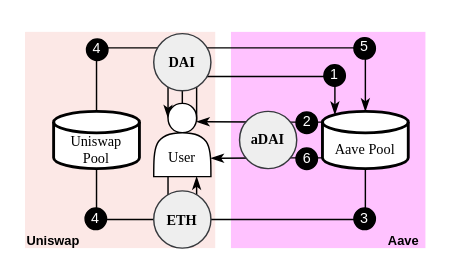
The draw.io diagram diagrams/leverage.drawio in lyc0603/tvl-measurement, before the edit. Source tidied: cells renumbered, new cells numbered last; positions are measured from the earlier drawing's top-left corner, leaving out a move shared by most shapes. Both pictures are drawn from the tidied source at 143%, with x=0, y=0 at pixel (24, 31).
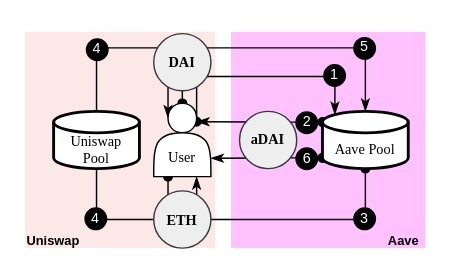
Above is the later version.

Unchanged cells that the change refers to:
```xml
<mxCell id="8" value="&lt;font style=&quot;font-size: 10px;&quot;&gt;&lt;br&gt;&lt;font style=&quot;font-size: 10px;&quot;&gt;&lt;br&gt;User&lt;/font&gt;&lt;/font&gt;" style="shape=actor;whiteSpace=wrap;html=1;fontSize=10;fontFamily=Times New Roman;verticalAlign=middle;" parent="1" vertex="1">
  <mxGeometry x="90" y="49.8" width="40" height="51.2" as="geometry" />
</mxCell>
<mxCell id="11" value="Aave Pool" style="shape=cylinder3;whiteSpace=wrap;html=1;boundedLbl=1;backgroundOutline=1;size=7.5;strokeWidth=2;fontFamily=Times New Roman;fontSize=10;fontStyle=0;" parent="1" vertex="1">
  <mxGeometry x="208" y="55.4" width="60" height="40" as="geometry" />
</mxCell>
```

What changed in the source:
```diff
@@
-    <mxCell id="4" style="edgeStyle=orthogonalEdgeStyle;rounded=1;jettySize=auto;html=1;exitX=0.5;exitY=0;exitDx=0;exitDy=0;entryX=0.5;entryY=0;entryDx=0;entryDy=0;entryPerimeter=0;endArrow=classicThin;endFill=1;arcSize=5;fillColor=#d80073;strokeColor=#000000;" parent="1" edge="1" source="8" target="11">
+    <mxCell id="4" style="edgeStyle=orthogonalEdgeStyle;rounded=1;jettySize=auto;html=1;exitX=0.5;exitY=0;exitDx=0;exitDy=0;entryX=0.5;entryY=0;entryDx=0;entryDy=0;entryPerimeter=0;endArrow=classicThin;endFill=1;arcSize=5;fillColor=#d80073;strokeColor=#000000;startArrow=oval;startFill=1;" parent="1" edge="1" source="8" target="11">
       <mxGeometry relative="1" as="geometry">
         <Array as="points">
           <mxPoint x="110" y="11" />
           <mxPoint x="238" y="11" />
         </Array>
       </mxGeometry>
     </mxCell>
-    <mxCell id="5" style="edgeStyle=orthogonalEdgeStyle;rounded=1;orthogonalLoop=1;jettySize=auto;html=1;exitX=0.25;exitY=1;exitDx=0;exitDy=0;entryX=0.25;entryY=0.2;entryDx=0;entryDy=0;entryPerimeter=0;endArrow=classicThin;endFill=1;arcSize=5;strokeColor=#000000;" parent="1" edge="1" source="8" target="8">
+    <mxCell id="5" style="edgeStyle=orthogonalEdgeStyle;rounded=1;orthogonalLoop=1;jettySize=auto;html=1;exitX=0.25;exitY=1;exitDx=0;exitDy=0;entryX=0.25;entryY=0.2;entryDx=0;entryDy=0;entryPerimeter=0;endArrow=classicThin;endFill=1;arcSize=5;strokeColor=#000000;startArrow=oval;startFill=1;" parent="1" edge="1" source="8" target="8">
       <mxGeometry relative="1" as="geometry">
         <Array as="points">
           <mxPoint x="100" y="131" />
           <mxPoint x="50" y="131" />
           <mxPoint x="50" y="11" />
           <mxPoint x="100" y="11" />
         </Array>
       </mxGeometry>
     </mxCell>
-    <mxCell id="6" style="edgeStyle=orthogonalEdgeStyle;rounded=1;jettySize=auto;html=1;exitX=0;exitY=0;exitDx=0;exitDy=7.5;exitPerimeter=0;entryX=0.75;entryY=0.25;entryDx=0;entryDy=0;entryPerimeter=0;endArrow=classicThin;endFill=1;arcSize=5;fillColor=#008a00;strokeColor=#000000;" parent="1" edge="1" source="11" target="8">
+    <mxCell id="6" style="edgeStyle=orthogonalEdgeStyle;rounded=1;jettySize=auto;html=1;exitX=0;exitY=0;exitDx=0;exitDy=7.5;exitPerimeter=0;entryX=0.75;entryY=0.25;entryDx=0;entryDy=0;entryPerimeter=0;endArrow=classicThin;endFill=1;arcSize=5;fillColor=#008a00;strokeColor=#000000;startArrow=oval;startFill=1;" parent="1" edge="1" source="11" target="8">
       <mxGeometry relative="1" as="geometry" />
     </mxCell>
-    <mxCell id="7" style="edgeStyle=orthogonalEdgeStyle;rounded=1;jettySize=auto;html=1;exitX=0.75;exitY=0.25;exitDx=0;exitDy=0;exitPerimeter=0;entryX=0.145;entryY=0;entryDx=0;entryDy=2.175;entryPerimeter=0;endArrow=classicThin;endFill=1;arcSize=5;fillColor=#d80073;strokeColor=#000000;" parent="1" edge="1" source="8" target="11">
+    <mxCell id="7" style="edgeStyle=orthogonalEdgeStyle;rounded=1;jettySize=auto;html=1;exitX=0.75;exitY=0.25;exitDx=0;exitDy=0;exitPerimeter=0;entryX=0.145;entryY=0;entryDx=0;entryDy=2.175;entryPerimeter=0;endArrow=classicThin;endFill=1;arcSize=5;fillColor=#d80073;strokeColor=#000000;startArrow=oval;startFill=1;" parent="1" edge="1" source="8" target="11">
       <mxGeometry relative="1" as="geometry">
         <Array as="points">
           <mxPoint x="120" y="31" />
           <mxPoint x="217" y="31" />
         </Array>
       </mxGeometry>
     </mxCell>
@@
-    <mxCell id="9" style="edgeStyle=orthogonalEdgeStyle;rounded=1;jettySize=auto;html=1;exitX=0.5;exitY=1;exitDx=0;exitDy=0;exitPerimeter=0;entryX=0.75;entryY=1;entryDx=0;entryDy=0;endArrow=classicThin;endFill=1;arcSize=5;fillColor=#1ba1e2;strokeColor=#000000;" parent="1" edge="1" source="11" target="8">
+    <mxCell id="9" style="edgeStyle=orthogonalEdgeStyle;rounded=1;jettySize=auto;html=1;exitX=0.5;exitY=1;exitDx=0;exitDy=0;exitPerimeter=0;entryX=0.75;entryY=1;entryDx=0;entryDy=0;endArrow=classicThin;endFill=1;arcSize=5;fillColor=#1ba1e2;strokeColor=#000000;startArrow=oval;startFill=1;" parent="1" edge="1" source="11" target="8">
       <mxGeometry relative="1" as="geometry">
         <Array as="points">
           <mxPoint x="238" y="131" />
           <mxPoint x="120" y="131" />
         </Array>
       </mxGeometry>
     </mxCell>
-    <mxCell id="10" style="edgeStyle=orthogonalEdgeStyle;rounded=1;jettySize=auto;html=1;exitX=0;exitY=1;exitDx=0;exitDy=-7.5;exitPerimeter=0;entryX=1;entryY=0.75;entryDx=0;entryDy=0;endArrow=classicThin;endFill=1;arcSize=5;fillColor=#008a00;strokeColor=#000000;" parent="1" edge="1" source="11" target="8">
+    <mxCell id="10" style="edgeStyle=orthogonalEdgeStyle;rounded=1;jettySize=auto;html=1;exitX=0;exitY=1;exitDx=0;exitDy=-7.5;exitPerimeter=0;entryX=1;entryY=0.75;entryDx=0;entryDy=0;endArrow=classicThin;endFill=1;arcSize=5;fillColor=#008a00;strokeColor=#000000;startArrow=oval;startFill=1;" parent="1" edge="1" source="11" target="8">
       <mxGeometry relative="1" as="geometry" />
     </mxCell>
```
